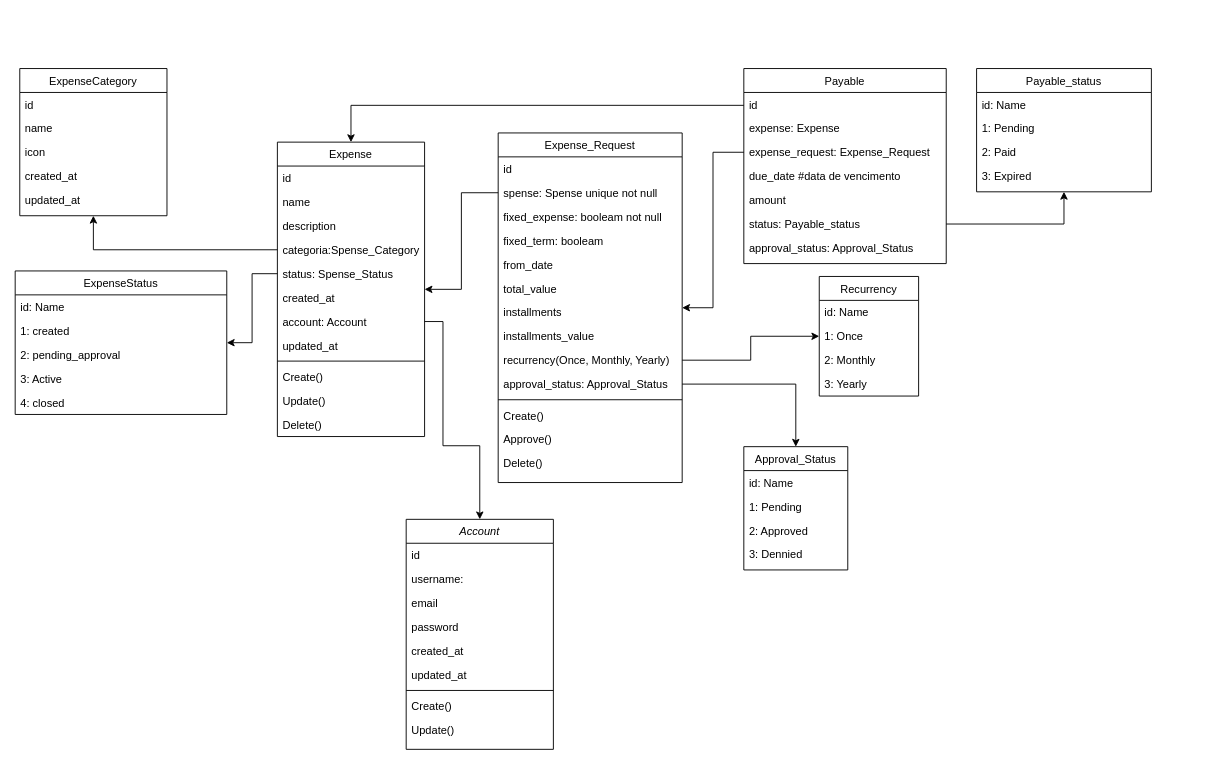
This is static/diagram/PlanWise Diagram.drawio from vinicius-rebelatto/plan-wise, a draw.io file, before an edit. Source tidied: cells renumbered, new cells numbered last; positions are measured from the earlier drawing's top-left corner, leaving out a move shared by most shapes. Both pictures are drawn from the tidied source at 92%, with x=0, y=0 at pixel (15, 68).
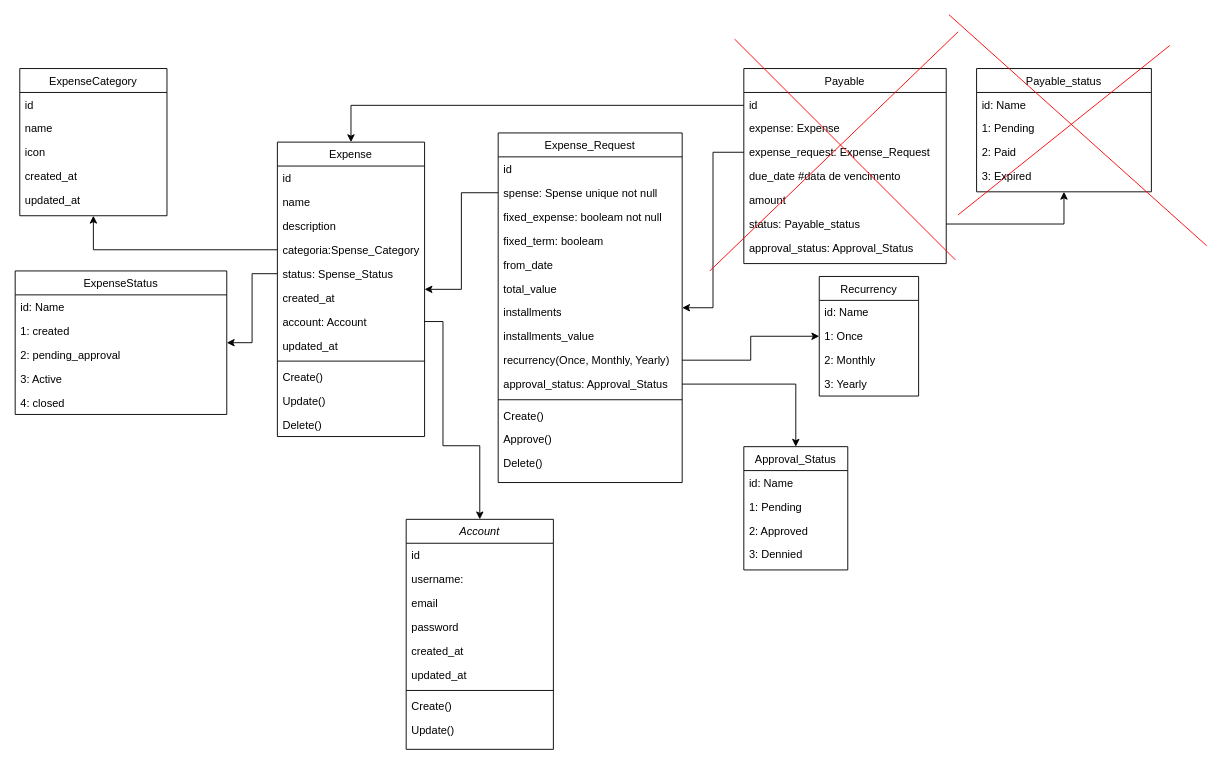
The same page after the edit.

The change refers to these unchanged cells:
```xml
<mxCell id="63" value="Payable" style="swimlane;fontStyle=0;align=center;verticalAlign=top;horizontal=1;startSize=26;rounded=0;shadow=0;strokeWidth=1;" parent="1" vertex="1">
  <mxGeometry x="792" width="220" height="212" as="geometry" />
</mxCell>
<mxCell id="71" value="Payable_status" style="swimlane;fontStyle=0;align=center;verticalAlign=top;horizontal=1;startSize=26;rounded=0;shadow=0;strokeWidth=1;" parent="1" vertex="1">
  <mxGeometry x="1045" width="190" height="134" as="geometry" />
</mxCell>
```

Diff of the diagram source:
```diff
@@
+    <mxCell id="84" style="endArrow=none;html=1;rounded=0;strokeColor=#FF0000;" parent="63" edge="1">
+      <mxGeometry relative="1" as="geometry">
+        <mxPoint x="-10" y="-32" as="sourcePoint" />
+        <mxPoint x="230" y="208" as="targetPoint" />
+      </mxGeometry>
+    </mxCell>
@@
+    <mxCell id="85" style="endArrow=none;html=1;rounded=0;strokeColor=#FF0000;" parent="63" edge="1">
+      <mxGeometry relative="1" as="geometry">
+        <mxPoint x="-37" y="220" as="sourcePoint" />
+        <mxPoint x="233" y="-40" as="targetPoint" />
+      </mxGeometry>
+    </mxCell>
@@
+    <mxCell id="86" style="endArrow=none;html=1;rounded=0;strokeColor=#FF0000;" parent="71" edge="1">
+      <mxGeometry relative="1" as="geometry">
+        <mxPoint x="-20" y="159" as="sourcePoint" />
+        <mxPoint x="210" y="-25" as="targetPoint" />
+      </mxGeometry>
+    </mxCell>
@@
+    <mxCell id="87" style="endArrow=none;html=1;rounded=0;strokeColor=#FF0000;" parent="71" edge="1">
+      <mxGeometry relative="1" as="geometry">
+        <mxPoint x="-30" y="-58.5" as="sourcePoint" />
+        <mxPoint x="250" y="192.5" as="targetPoint" />
+      </mxGeometry>
+    </mxCell>
```
